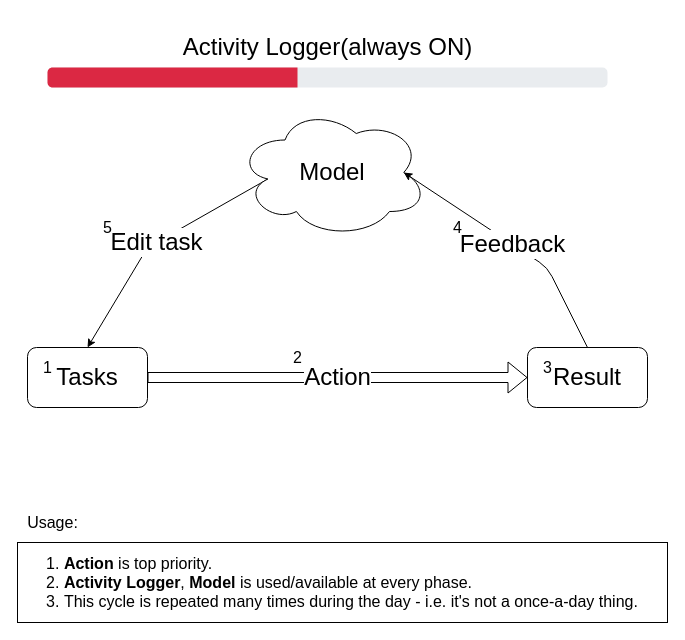
The draw.io diagram page "High-level view" (1 of 8) of calibration_idea.drawio in non-tech-stuff/life-flow, before the edit. Source tidied: cells renumbered, new cells numbered last; positions are measured from the earlier drawing's top-left corner, leaving out a move shared by most shapes. Both pictures are drawn from the tidied source at 100%, with x=0, y=0 at pixel (17, 67).
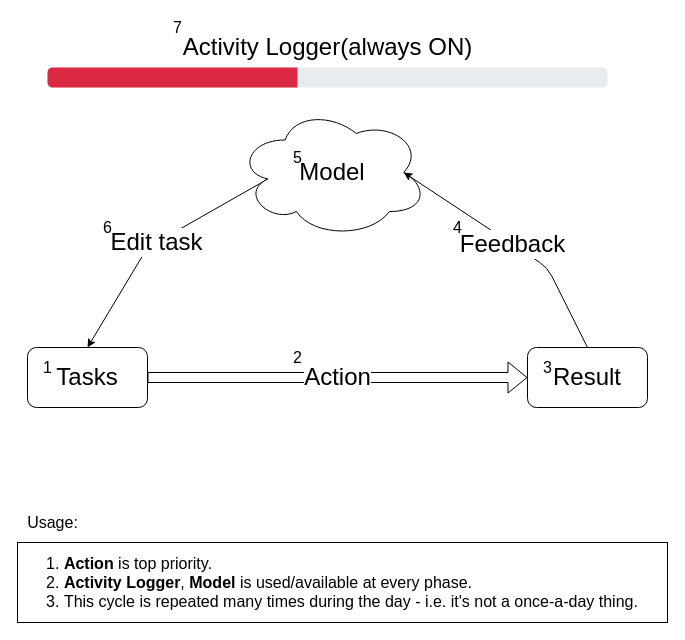
After the change.

What changed in the source:
```diff
@@
     <mxCell id="14" value="5" style="text;html=1;align=center;verticalAlign=middle;fontSize=16;" parent="1" vertex="1">
-      <mxGeometry x="80" y="150" width="20" height="20" as="geometry" />
+      <mxGeometry x="270" y="80" width="20" height="20" as="geometry" />
     </mxCell>
@@
+    <mxCell id="17" value="6" style="text;html=1;align=center;verticalAlign=middle;fontSize=16;" parent="1" vertex="1">
+      <mxGeometry x="80" y="150" width="20" height="20" as="geometry" />
+    </mxCell>
+    <mxCell id="18" value="7" style="text;html=1;align=center;verticalAlign=middle;fontSize=16;" parent="1" vertex="1">
+      <mxGeometry x="150" y="-50" width="20" height="20" as="geometry" />
+    </mxCell>
```
